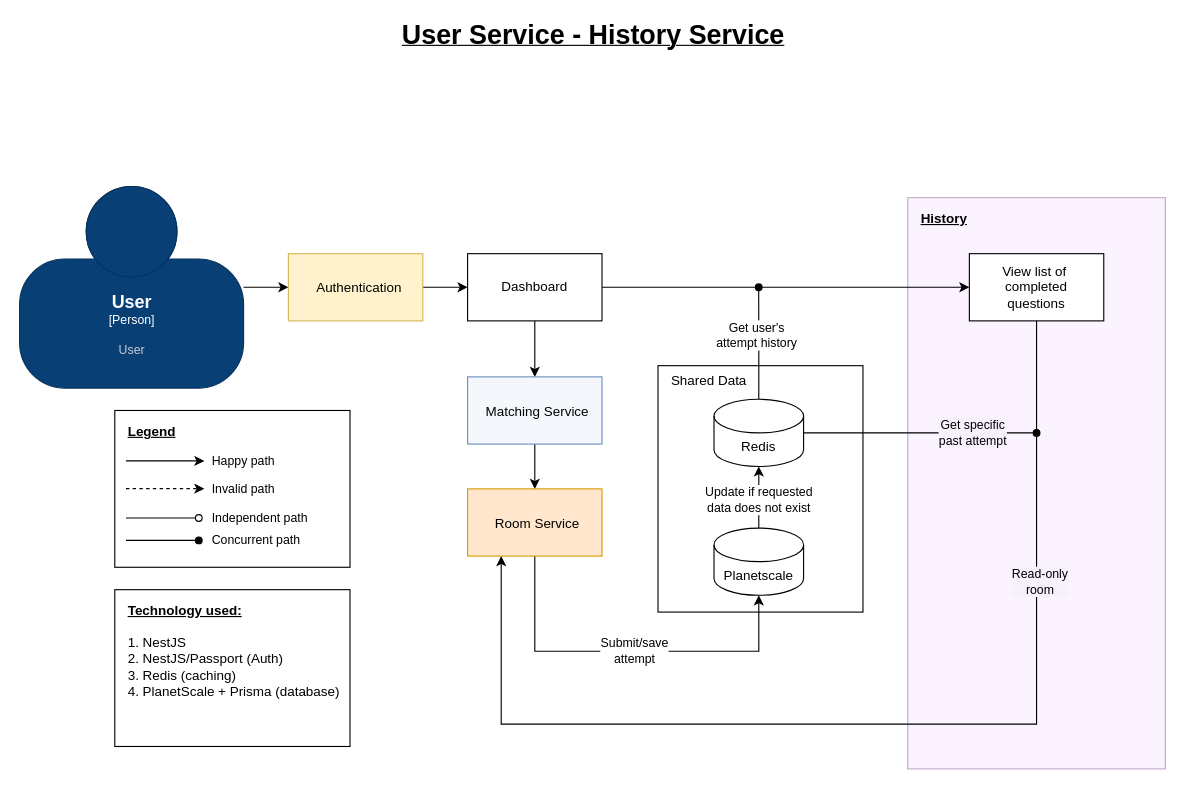
This is docs/user-service-history.drawio from CS3219-AY2223S1/cs3219-project-ay2223s1-g42, a draw.io file, before an edit. Source tidied: cells renumbered, new cells numbered last; positions are measured from the earlier drawing's top-left corner, leaving out a move shared by most shapes. Both pictures are drawn from the tidied source at 112%, with x=0, y=0 at pixel (19, 24).
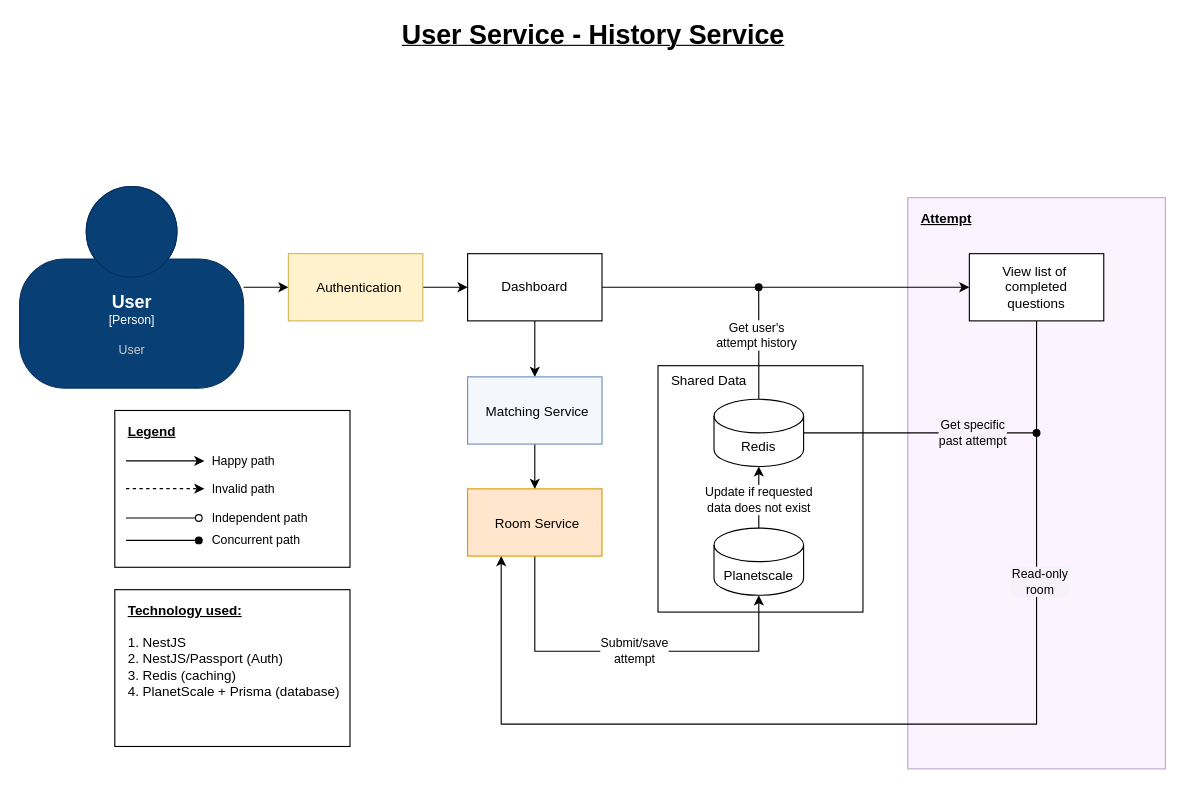
The same page after the edit.

The edit, as a diff of the source:
```diff
@@
-    <mxCell id="5" value="&lt;span style=&quot;&quot;&gt;History&lt;/span&gt;" style="whiteSpace=wrap;html=1;align=left;verticalAlign=top;horizontal=1;spacingLeft=10;spacingTop=5;fontStyle=5;fillColor=#F8EBFF;strokeColor=#9673a6;opacity=60;" parent="1" vertex="1">
+    <mxCell id="5" value="&lt;span&gt;Attempt&lt;/span&gt;" style="whiteSpace=wrap;html=1;align=left;verticalAlign=top;horizontal=1;spacingLeft=10;spacingTop=5;fontStyle=5;fillColor=#F8EBFF;strokeColor=#9673a6;opacity=60;" parent="1" vertex="1">
       <mxGeometry x="793" y="155" width="230" height="510" as="geometry" />
     </mxCell>
```
